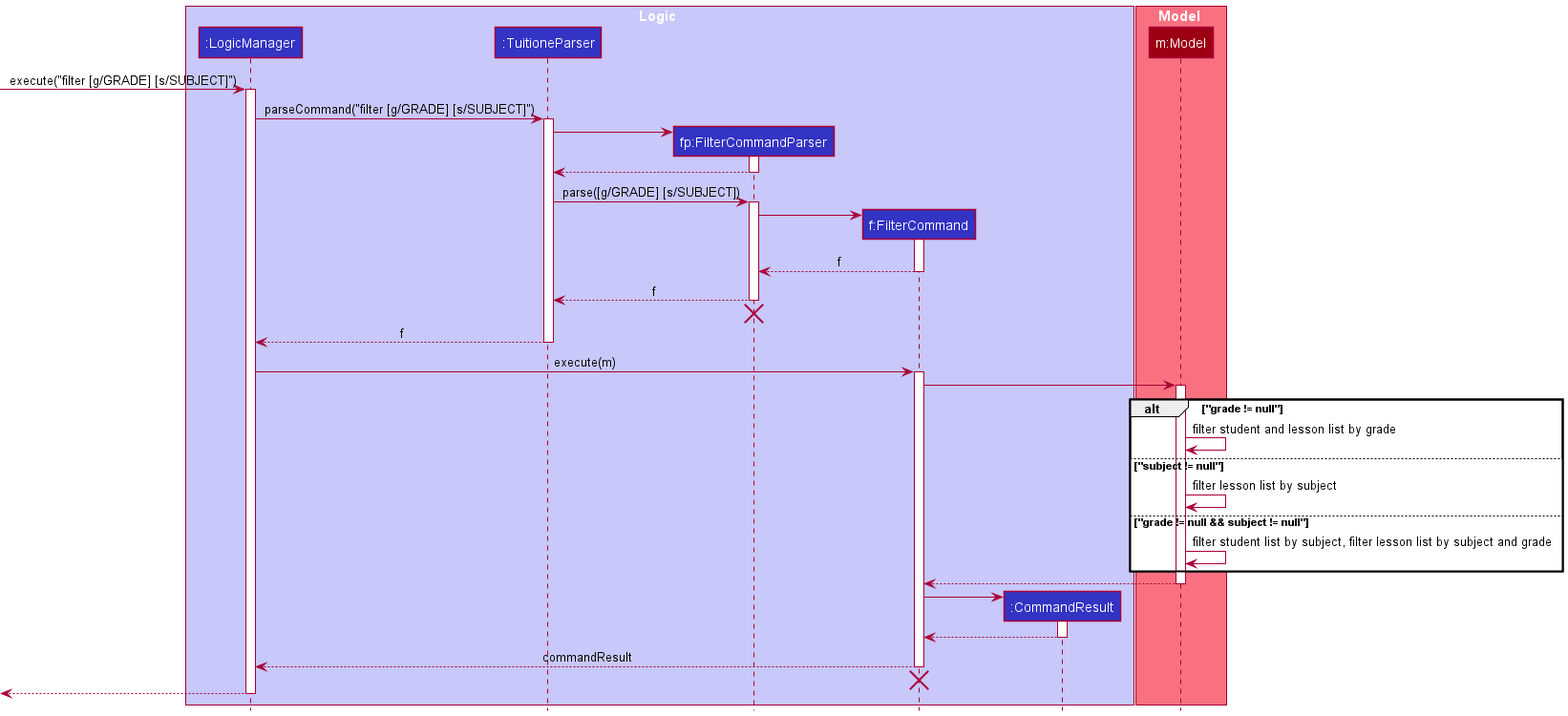
Above: docs/images/FilterSequenceDiagram.png in nus-cs2103-AY2122S1/tp (PlantUML), before the change.
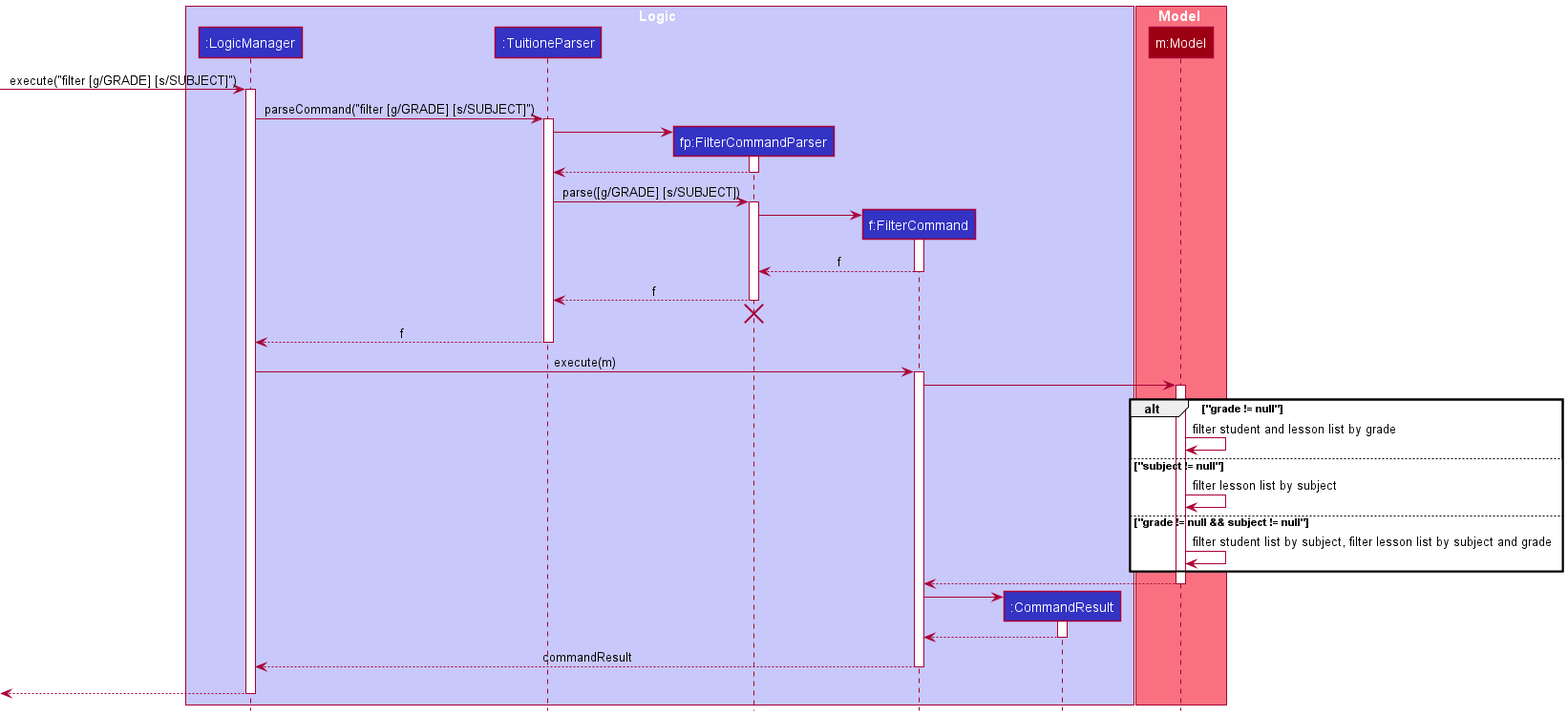
The same diagram one commit later.

Commit message:
Cleaned up puml diagrams

Diff of the diagram source:
```diff
@@ -72,7 +72,6 @@
 FilterCommand --> LogicManager : commandResult
 deactivate FilterCommand
 FilterCommand -[hidden]-> LogicManager
-destroy FilterCommand
 
 [<--LogicManager
 deactivate LogicManager
```
